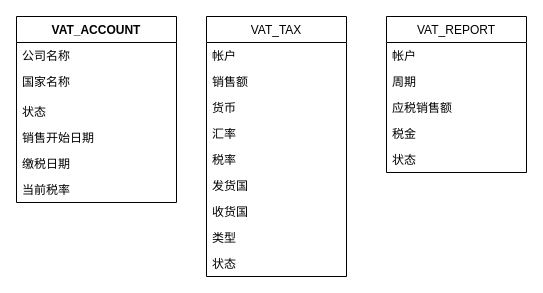
Above: 未命名绘图.drawio in doun/acm (draw.io), before the change. Source tidied: cells renumbered, new cells numbered last; positions are measured from the earlier drawing's top-left corner, leaving out a move shared by most shapes. Both pictures are drawn from the tidied source at 100%, with x=0, y=0 at pixel (16, 16).
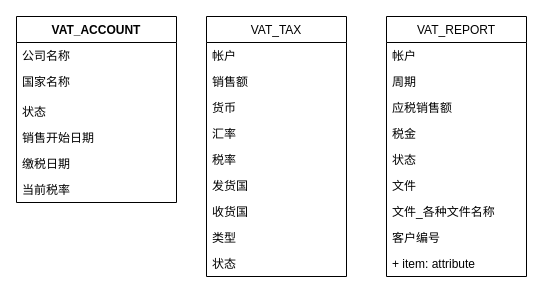
After the change.

Commit message:
更新未命名绘图.drawio

What changed in the source:
```diff
@@
     <mxCell id="19" value="VAT_REPORT" style="swimlane;fontStyle=0;horizontal=1;startSize=26;fillColor=none;" parent="1" vertex="1">
-      <mxGeometry x="370" width="140" height="156" as="geometry" />
+      <mxGeometry x="370" width="140" height="260" as="geometry" />
     </mxCell>
@@
+    <mxCell id="25" value="文件" style="text;strokeColor=none;fillColor=none;align=left;verticalAlign=top;spacingLeft=4;spacingRight=4;overflow=hidden;" parent="19" vertex="1">
+      <mxGeometry y="156" width="140" height="26" as="geometry" />
+    </mxCell>
+    <mxCell id="26" value="文件_各种文件名称" style="text;strokeColor=none;fillColor=none;align=left;verticalAlign=top;spacingLeft=4;spacingRight=4;overflow=hidden;" parent="19" vertex="1">
+      <mxGeometry y="182" width="140" height="26" as="geometry" />
+    </mxCell>
+    <mxCell id="27" value="客户编号" style="text;strokeColor=none;fillColor=none;align=left;verticalAlign=top;spacingLeft=4;spacingRight=4;overflow=hidden;" parent="19" vertex="1">
+      <mxGeometry y="208" width="140" height="26" as="geometry" />
+    </mxCell>
+    <mxCell id="28" value="+ item: attribute" style="text;strokeColor=none;fillColor=none;align=left;verticalAlign=top;spacingLeft=4;spacingRight=4;overflow=hidden;" parent="19" vertex="1">
+      <mxGeometry y="234" width="140" height="26" as="geometry" />
+    </mxCell>
```
